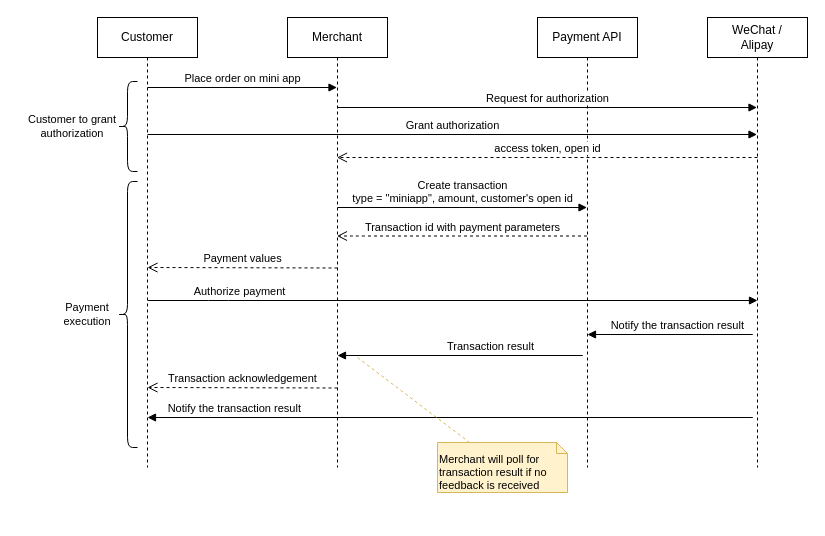
whalebig27/change-request-process-diagram keeps this draw.io diagram as page "Mini Program" (4 of 4) of Payment Service.drawio. Above is the earlier version. Source tidied: cells renumbered, new cells numbered last; positions are measured from the earlier drawing's top-left corner, leaving out a move shared by most shapes. Both pictures are drawn from the tidied source at 100%, with x=0, y=0 at pixel (17, 17).
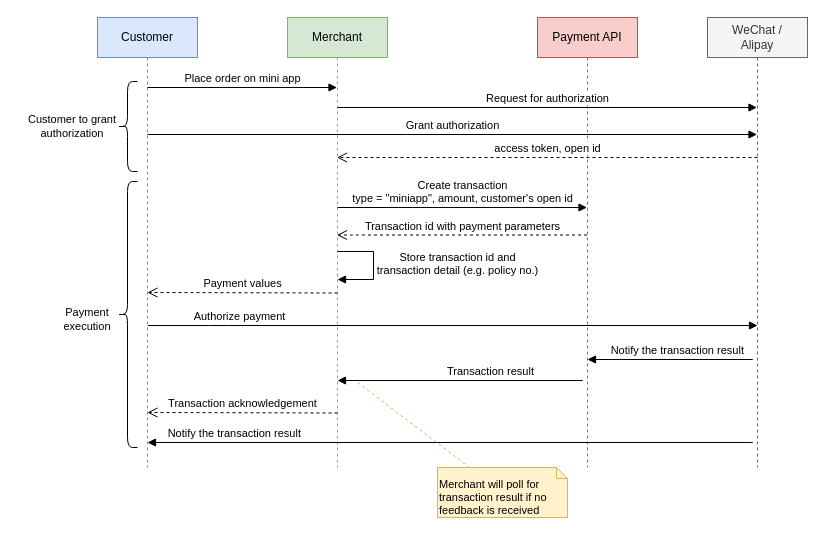
The same page after the edit.

Change to the diagram source:
```diff
@@
-    <mxCell id="2" value="Customer" style="shape=umlLifeline;perimeter=lifelinePerimeter;whiteSpace=wrap;html=1;" parent="1" vertex="1">
+    <mxCell id="2" value="Customer" style="shape=umlLifeline;perimeter=lifelinePerimeter;whiteSpace=wrap;html=1;fillColor=#dae8fc;strokeColor=#6c8ebf;" parent="1" vertex="1">
       <mxGeometry x="80" width="100" height="450" as="geometry" />
     </mxCell>
@@
-    <mxCell id="4" value="Merchant" style="shape=umlLifeline;perimeter=lifelinePerimeter;whiteSpace=wrap;html=1;" parent="1" vertex="1">
+    <mxCell id="4" value="Merchant" style="shape=umlLifeline;perimeter=lifelinePerimeter;whiteSpace=wrap;html=1;fillColor=#d5e8d4;strokeColor=#82b366;" parent="1" vertex="1">
       <mxGeometry x="270" width="100" height="450" as="geometry" />
     </mxCell>
-    <mxCell id="5" value="Payment API" style="shape=umlLifeline;perimeter=lifelinePerimeter;whiteSpace=wrap;html=1;" parent="1" vertex="1">
+    <mxCell id="5" value="Payment API" style="shape=umlLifeline;perimeter=lifelinePerimeter;whiteSpace=wrap;html=1;fillColor=#f8cecc;strokeColor=#b85450;" parent="1" vertex="1">
       <mxGeometry x="520" width="100" height="450" as="geometry" />
     </mxCell>
@@
-    <mxCell id="7" value="WeChat / &lt;br&gt;Alipay" style="shape=umlLifeline;perimeter=lifelinePerimeter;whiteSpace=wrap;html=1;" parent="1" vertex="1">
+    <mxCell id="7" value="WeChat / &lt;br&gt;Alipay" style="shape=umlLifeline;perimeter=lifelinePerimeter;whiteSpace=wrap;html=1;fillColor=#f5f5f5;strokeColor=#666666;fontColor=#333333;" parent="1" vertex="1">
       <mxGeometry x="690" width="100" height="450" as="geometry" />
     </mxCell>
     <mxCell id="8" value="Notify the transaction result&amp;nbsp;&lt;br&gt;" style="html=1;verticalAlign=bottom;endArrow=block;align=right;" parent="1" edge="1">
       <mxGeometry x="-0.77" relative="1" as="geometry">
-        <mxPoint x="149.5" y="400" as="sourcePoint" />
-        <mxPoint x="130" y="400" as="targetPoint" />
+        <mxPoint x="149.5" y="425" as="sourcePoint" />
+        <mxPoint x="130" y="425" as="targetPoint" />
         <Array as="points">
-          <mxPoint x="740" y="400" />
+          <mxPoint x="740" y="425" />
         </Array>
       </mxGeometry>
     </mxCell>
@@
     <mxCell id="10" value="Payment values" style="html=1;verticalAlign=bottom;endArrow=open;dashed=1;endSize=8;" parent="1" edge="1">
       <mxGeometry relative="1" as="geometry">
-        <mxPoint x="320" y="250.5" as="sourcePoint" />
-        <mxPoint x="130" y="250" as="targetPoint" />
+        <mxPoint x="320" y="275.5" as="sourcePoint" />
+        <mxPoint x="130" y="275" as="targetPoint" />
       </mxGeometry>
     </mxCell>
     <mxCell id="11" value="Transaction id with payment parameters" style="html=1;verticalAlign=bottom;endArrow=open;dashed=1;endSize=8;" parent="1" edge="1">
       <mxGeometry relative="1" as="geometry">
-        <mxPoint x="569.5" y="218.5" as="sourcePoint" />
-        <mxPoint x="319.5" y="218.5" as="targetPoint" />
+        <mxPoint x="569.5" y="217.5" as="sourcePoint" />
+        <mxPoint x="319.5" y="217.5" as="targetPoint" />
         <Array as="points">
-          <mxPoint x="340" y="218.5" />
+          <mxPoint x="340" y="217.5" />
         </Array>
       </mxGeometry>
     </mxCell>
     <mxCell id="12" value="Transaction result&amp;nbsp;" style="html=1;verticalAlign=bottom;endArrow=block;align=right;" parent="1" edge="1">
       <mxGeometry relative="1" as="geometry">
-        <mxPoint x="419.5" y="338" as="sourcePoint" />
-        <mxPoint x="320" y="338" as="targetPoint" />
+        <mxPoint x="419.5" y="363" as="sourcePoint" />
+        <mxPoint x="320" y="363" as="targetPoint" />
         <Array as="points">
-          <mxPoint x="570" y="338" />
+          <mxPoint x="570" y="363" />
         </Array>
       </mxGeometry>
     </mxCell>
     <mxCell id="13" value="Authorize payment&lt;br&gt;" style="html=1;verticalAlign=bottom;endArrow=block;" parent="1" edge="1">
       <mxGeometry x="-0.7" relative="1" as="geometry">
-        <mxPoint x="130.5" y="283" as="sourcePoint" />
-        <mxPoint x="740" y="283" as="targetPoint" />
+        <mxPoint x="130.5" y="308" as="sourcePoint" />
+        <mxPoint x="740" y="308" as="targetPoint" />
         <Array as="points">
-          <mxPoint x="201" y="283" />
+          <mxPoint x="201" y="308" />
         </Array>
       </mxGeometry>
     </mxCell>
     <mxCell id="14" value="Notify the transaction result&amp;nbsp;&lt;br&gt;" style="html=1;verticalAlign=bottom;endArrow=block;align=right;" parent="1" edge="1">
       <mxGeometry relative="1" as="geometry">
-        <mxPoint x="589.5" y="317" as="sourcePoint" />
-        <mxPoint x="570" y="317" as="targetPoint" />
+        <mxPoint x="589.5" y="342" as="sourcePoint" />
+        <mxPoint x="570" y="342" as="targetPoint" />
         <Array as="points">
-          <mxPoint x="740" y="317" />
+          <mxPoint x="740" y="342" />
         </Array>
       </mxGeometry>
     </mxCell>
@@
     <mxCell id="18" value="Merchant will poll for transaction result if no feedback is received" style="shape=note;whiteSpace=wrap;html=1;size=11;verticalAlign=top;align=left;spacingTop=4;fontSize=11;fillColor=#fff2cc;strokeColor=#d6b656;" parent="1" vertex="1">
-      <mxGeometry x="420" y="425" width="130" height="50" as="geometry" />
+      <mxGeometry x="420" y="450" width="130" height="50" as="geometry" />
     </mxCell>
     <mxCell id="19" style="endArrow=none;dashed=1;html=1;fontSize=11;fillColor=#fff2cc;strokeColor=#d6b656;" parent="1" edge="1" target="18">
       <mxGeometry relative="1" as="geometry">
-        <mxPoint x="340" y="340" as="sourcePoint" />
+        <mxPoint x="340" y="365" as="sourcePoint" />
       </mxGeometry>
     </mxCell>
     <mxCell id="20" value="Transaction acknowledgement" style="html=1;verticalAlign=bottom;endArrow=open;dashed=1;endSize=8;" parent="1" edge="1">
       <mxGeometry relative="1" as="geometry">
-        <mxPoint x="320" y="370.5" as="sourcePoint" />
-        <mxPoint x="130" y="370" as="targetPoint" />
+        <mxPoint x="320" y="395.5" as="sourcePoint" />
+        <mxPoint x="130" y="395" as="targetPoint" />
       </mxGeometry>
     </mxCell>
@@
     <mxCell id="23" value="Payment execution" style="text;html=1;strokeColor=none;fillColor=none;align=center;verticalAlign=middle;whiteSpace=wrap;rounded=0;fontSize=11;" parent="1" vertex="1">
-      <mxGeometry x="30" y="276.5" width="80" height="41" as="geometry" />
+      <mxGeometry x="30" y="281.5" width="80" height="41" as="geometry" />
     </mxCell>
+    <mxCell id="24" value="Store transaction id and &lt;br&gt;transaction detail (e.g. policy no.)" style="html=1;verticalAlign=bottom;endArrow=block;align=center;rounded=0;" parent="1" edge="1">
+      <mxGeometry x="0.28" y="-84" relative="1" as="geometry">
+        <mxPoint x="320" y="234" as="sourcePoint" />
+        <mxPoint x="320" y="262" as="targetPoint" />
+        <Array as="points">
+          <mxPoint x="356" y="234" />
+          <mxPoint x="356" y="262" />
+        </Array>
+        <mxPoint x="84" y="84" as="offset" />
+      </mxGeometry>
+    </mxCell>
```
